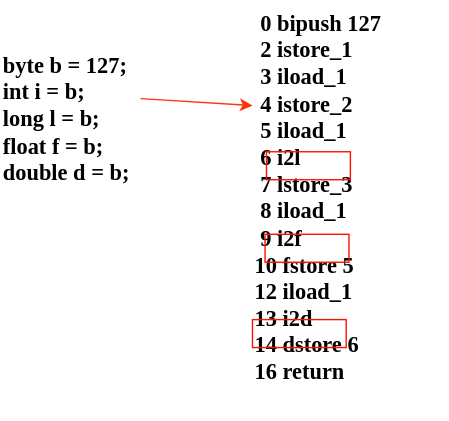
This is pictures/JVM-宽化类型转换.drawio.svg from creatern/NoteBook, a draw.io export, as it was before one commit. Source tidied: cells renumbered, new cells last; positions are measured from the earlier drawing's top-left corner, leaving out a move shared by most shapes.
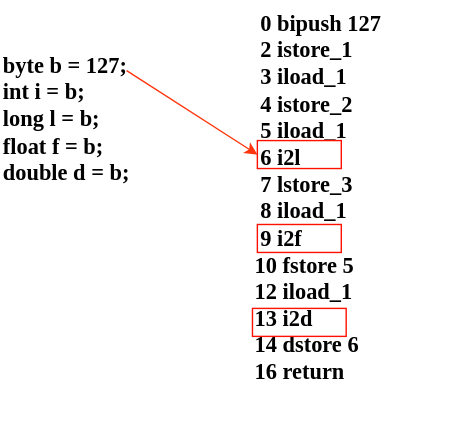
The same diagram one commit later.

The edit, as a diff of the source:
```diff
@@ -5,22 +5,20 @@
     <mxCell id="2" value="&lt;div style=&quot;font-size: 12pt;&quot;&gt;&lt;div&gt;&lt;div style=&quot;border-color: var(--border-color);&quot;&gt;byte &lt;span style=&quot;border-color: var(--border-color);&quot;&gt;b &lt;/span&gt;&lt;span style=&quot;border-color: var(--border-color);&quot;&gt;= &lt;/span&gt;&lt;span style=&quot;border-color: var(--border-color);&quot;&gt;127&lt;/span&gt;;&lt;br style=&quot;border-color: var(--border-color);&quot;&gt;&lt;span style=&quot;border-color: var(--border-color);&quot;&gt;int &lt;/span&gt;&lt;span style=&quot;border-color: var(--border-color);&quot;&gt;i &lt;/span&gt;&lt;span style=&quot;border-color: var(--border-color);&quot;&gt;= &lt;/span&gt;&lt;span style=&quot;border-color: var(--border-color);&quot;&gt;b&lt;/span&gt;;&lt;br style=&quot;border-color: var(--border-color);&quot;&gt;&lt;span style=&quot;border-color: var(--border-color);&quot;&gt;long &lt;/span&gt;&lt;span style=&quot;border-color: var(--border-color);&quot;&gt;l &lt;/span&gt;&lt;span style=&quot;border-color: var(--border-color);&quot;&gt;= &lt;/span&gt;&lt;span style=&quot;border-color: var(--border-color);&quot;&gt;b&lt;/span&gt;;&lt;br style=&quot;border-color: var(--border-color);&quot;&gt;&lt;span style=&quot;border-color: var(--border-color);&quot;&gt;float &lt;/span&gt;&lt;span style=&quot;border-color: var(--border-color);&quot;&gt;f &lt;/span&gt;&lt;span style=&quot;border-color: var(--border-color);&quot;&gt;= &lt;/span&gt;&lt;span style=&quot;border-color: var(--border-color);&quot;&gt;b&lt;/span&gt;;&lt;br style=&quot;border-color: var(--border-color);&quot;&gt;&lt;span style=&quot;border-color: var(--border-color);&quot;&gt;double &lt;/span&gt;&lt;span style=&quot;border-color: var(--border-color);&quot;&gt;d &lt;/span&gt;&lt;span style=&quot;border-color: var(--border-color);&quot;&gt;= &lt;/span&gt;&lt;span style=&quot;border-color: var(--border-color);&quot;&gt;b&lt;/span&gt;;&lt;/div&gt;&lt;/div&gt;&lt;/div&gt;" style="text;whiteSpace=wrap;html=1;labelBackgroundColor=none;fontColor=#000000;fontStyle=1;fontFamily=Lucida Console;" parent="1" vertex="1">
       <mxGeometry y="30" width="140" height="150" as="geometry" />
     </mxCell>
-    <mxCell id="3" style="endArrow=classic;html=1;rounded=0;strokeColor=#FF350D;entryX=0;entryY=0.25;entryDx=0;entryDy=0;" parent="1" edge="1" target="4">
-      <mxGeometry relative="1" as="geometry">
-        <mxPoint x="100" y="70" as="sourcePoint" />
-      </mxGeometry>
+    <mxCell id="3" style="endArrow=classic;html=1;rounded=0;strokeColor=#FF350D;entryX=0;entryY=0.5;entryDx=0;entryDy=0;exitX=0.643;exitY=0.133;exitDx=0;exitDy=0;exitPerimeter=0;" parent="1" edge="1" source="2" target="5">
+      <mxGeometry relative="1" as="geometry" />
     </mxCell>
     <mxCell id="4" value="&lt;b style=&quot;font-size: 16px;&quot;&gt;&lt;font style=&quot;font-size: 16px;&quot; face=&quot;Lucida Console&quot;&gt;&amp;nbsp;0 bipush 127&lt;br&gt;&amp;nbsp;2 istore_1&lt;br&gt;&amp;nbsp;3 iload_1&lt;br&gt;&amp;nbsp;4 istore_2&lt;br&gt;&amp;nbsp;5 iload_1&lt;br&gt;&amp;nbsp;6 i2l&lt;br&gt;&amp;nbsp;7 lstore_3&lt;br&gt;&amp;nbsp;8 iload_1&lt;br&gt;&amp;nbsp;9 i2f&lt;br&gt;10 fstore 5&lt;br&gt;12 iload_1&lt;br&gt;13 i2d&lt;br&gt;14 dstore 6&lt;br&gt;16 return&lt;/font&gt;&lt;/b&gt;" style="text;whiteSpace=wrap;html=1;" parent="1" vertex="1">
       <mxGeometry x="180" width="140" height="300" as="geometry" />
     </mxCell>
     <mxCell id="5" style="rounded=0;whiteSpace=wrap;html=1;strokeWidth=1;fontSize=18;fontStyle=1;fillColor=none;strokeColor=#FF1100;" parent="1" vertex="1">
-      <mxGeometry x="190" y="108" width="60" height="20" as="geometry" />
+      <mxGeometry x="183.5" y="100" width="60" height="20" as="geometry" />
     </mxCell>
     <mxCell id="6" style="rounded=0;whiteSpace=wrap;html=1;strokeWidth=1;fontSize=18;fontStyle=1;fillColor=none;strokeColor=#FF1100;" parent="1" vertex="1">
-      <mxGeometry x="189" y="167" width="60" height="20" as="geometry" />
+      <mxGeometry x="183.5" y="160" width="60" height="20" as="geometry" />
     </mxCell>
     <mxCell id="7" style="rounded=0;whiteSpace=wrap;html=1;strokeWidth=1;fontSize=18;fontStyle=1;fillColor=none;strokeColor=#FF1100;" parent="1" vertex="1">
-      <mxGeometry x="180" y="228" width="67" height="20" as="geometry" />
+      <mxGeometry x="180" y="220" width="67" height="20" as="geometry" />
     </mxCell>
   </root>
 </mxGraphModel>
```
